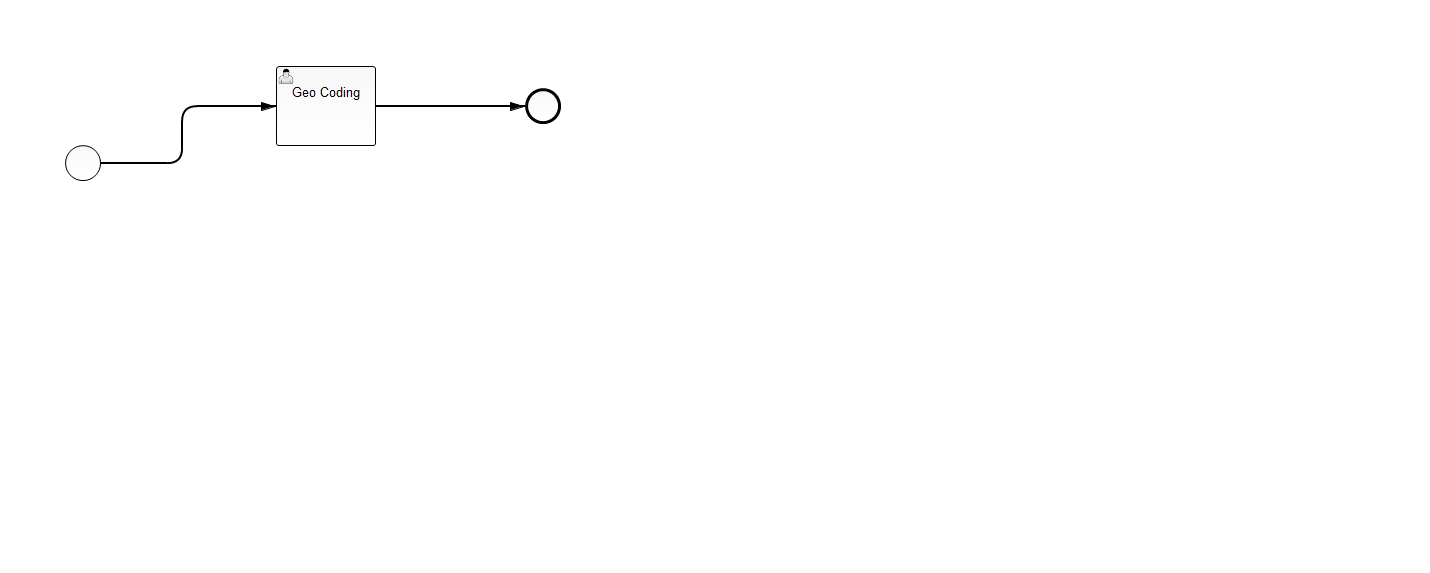
Earlier version of the BPMN export GeoCoding.png (sdimunzio/BPMN). Its source is kept beside it as GeoCoding.bpmn. Ids are renumbered.
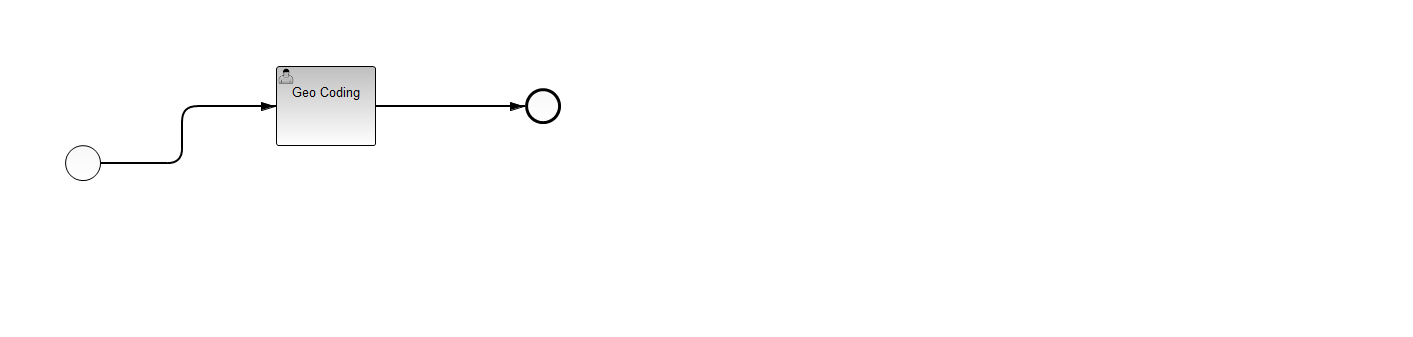
The same diagram one commit later.

The edit, as a diff of the source:
```diff
@@ -7,7 +7,7 @@
     <bpmn2:endEvent id="EndEvent_1">
       <bpmn2:incoming>SequenceFlow_2</bpmn2:incoming>
     </bpmn2:endEvent>
-    <bpmn2:userTask id="code_round_1" camunda:assignee="ROLE_ACTIVITY_CODER" camunda:formKey="geo-coding" name="Geo Coding">
+    <bpmn2:userTask id="code_round_1" camunda:formKey="geo-coding" camunda:candidateGroups="ROLE_ACTIVITY_CODER" name="Geo Coding">
       <bpmn2:incoming>SequenceFlow_1</bpmn2:incoming>
       <bpmn2:outgoing>SequenceFlow_2</bpmn2:outgoing>
     </bpmn2:userTask>
```
